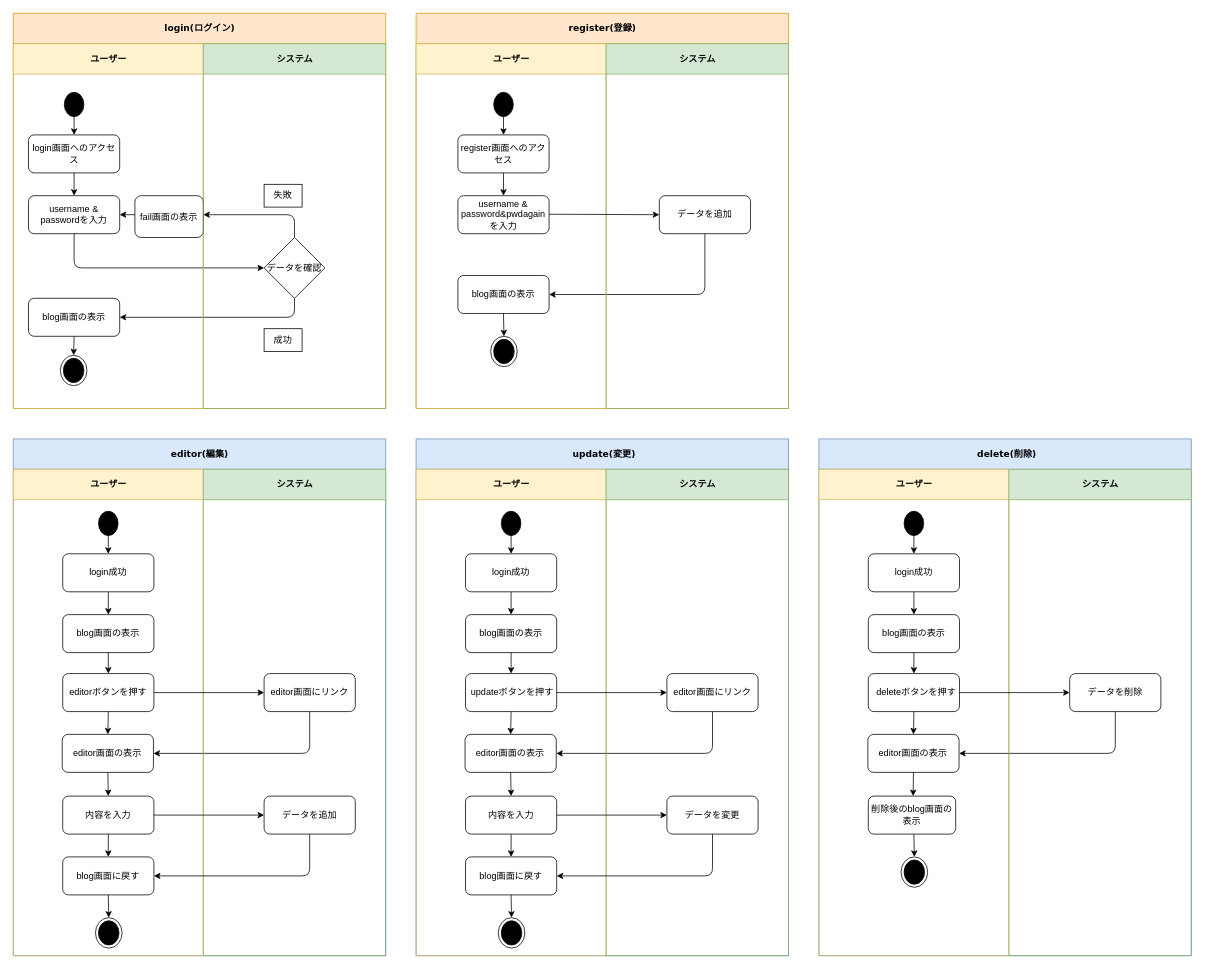
liutianqiltq/liutianqiblog keeps this draw.io diagram as page "Page-1" (1 of 2) of activity.drawio. Above is the earlier version. Source tidied: cells renumbered, new cells numbered last; positions are measured from the earlier drawing's top-left corner, leaving out a move shared by most shapes. Both pictures are drawn from the tidied source at 76%, with x=0, y=0 at pixel (13, 13).
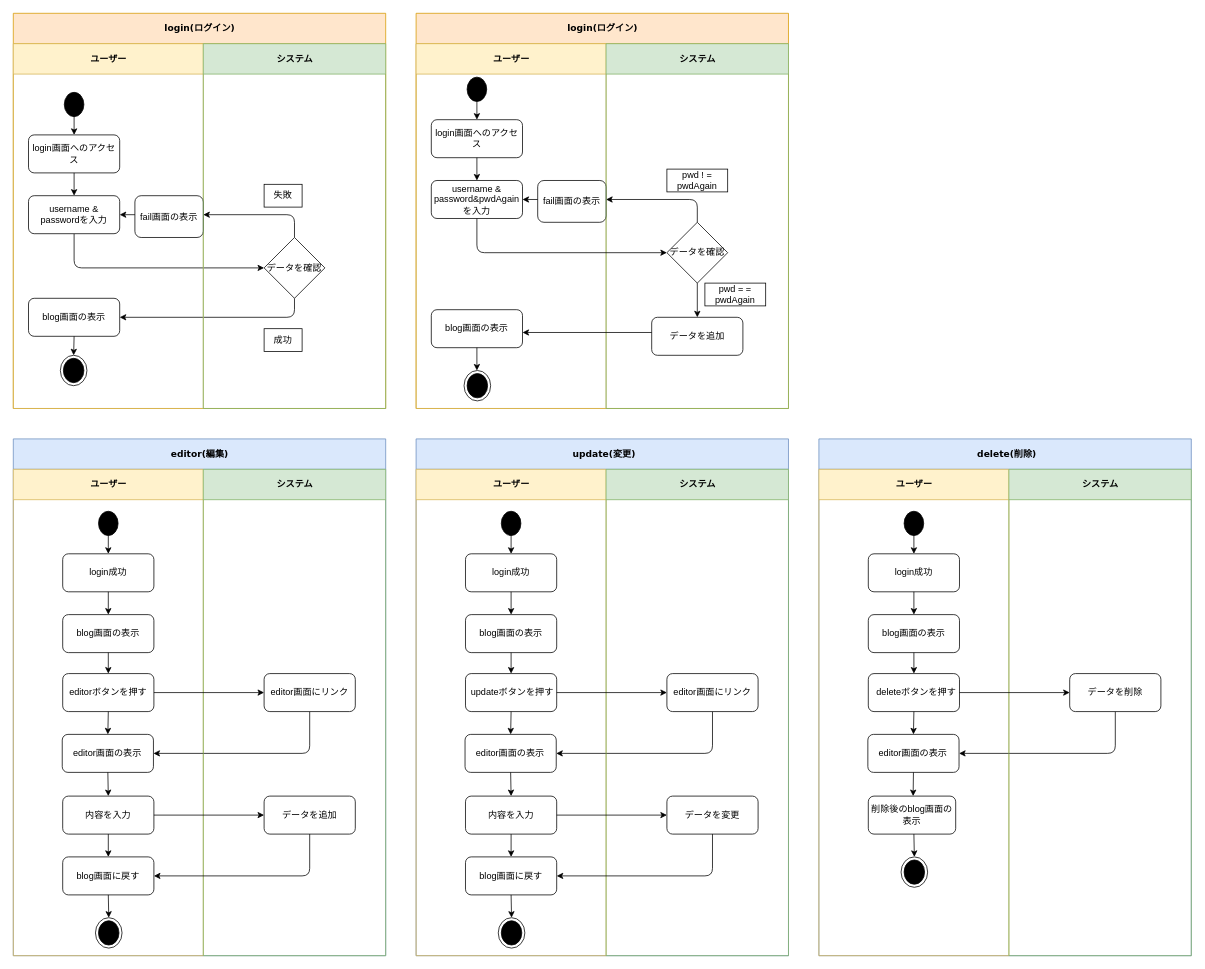
The same page after the edit.

What changed in the source:
```diff
@@
-    <mxCell id="21" value="register(登録)" style="swimlane;html=1;startSize=40;rounded=0;shadow=0;comic=0;labelBackgroundColor=none;strokeWidth=1;fontFamily=Verdana;fontSize=12;align=center;fillColor=#ffe6cc;strokeColor=#d79b00;" parent="1" vertex="1">
-      <mxGeometry x="530" width="490" height="520" as="geometry" />
-    </mxCell>
-    <mxCell id="22" style="endArrow=classic;html=1;rounded=1;sketch=0;strokeColor=#000000;curved=0;exitX=0.5;exitY=1;exitDx=0;exitDy=0;entryX=1;entryY=0.5;entryDx=0;entryDy=0;" parent="21" edge="1" source="34" target="29">
-      <mxGeometry relative="1" as="geometry">
-        <Array as="points">
-          <mxPoint x="380" y="370" />
-        </Array>
-      </mxGeometry>
-    </mxCell>
-    <mxCell id="23" value="ユーザー" style="swimlane;html=1;startSize=40;fillColor=#fff2cc;strokeColor=#d6b656;" parent="21" vertex="1">
-      <mxGeometry y="40" width="250" height="480" as="geometry" />
-    </mxCell>
-    <mxCell id="24" value="register画面へのアクセス" style="rounded=1;whiteSpace=wrap;html=1;sketch=0;" parent="23" vertex="1">
-      <mxGeometry x="55" y="120" width="120" height="50" as="geometry" />
-    </mxCell>
-    <mxCell id="25" style="ellipse;html=1;shape=startState;fillColor=#000000;strokeColor=#000000;rounded=0;sketch=0;" parent="23" vertex="1">
-      <mxGeometry x="98.1" y="60" width="33.8" height="40" as="geometry" />
-    </mxCell>
-    <mxCell id="26" style="endArrow=classic;html=1;rounded=1;sketch=0;strokeColor=#000000;curved=0;" parent="23" edge="1">
-      <mxGeometry relative="1" as="geometry">
-        <mxPoint x="115" y="90" as="sourcePoint" />
-        <mxPoint x="115" y="120" as="targetPoint" />
-      </mxGeometry>
-    </mxCell>
-    <mxCell id="27" style="endArrow=classic;html=1;rounded=1;sketch=0;strokeColor=#000000;curved=0;exitX=0.5;exitY=1;exitDx=0;exitDy=0;" parent="23" edge="1" source="24">
-      <mxGeometry relative="1" as="geometry">
-        <mxPoint x="115" y="200" as="targetPoint" />
-      </mxGeometry>
-    </mxCell>
-    <mxCell id="28" value="username &amp;amp; password&amp;amp;pwdagainを入力" style="rounded=1;whiteSpace=wrap;html=1;sketch=0;" parent="23" vertex="1">
-      <mxGeometry x="55" y="200" width="120" height="50" as="geometry" />
-    </mxCell>
-    <mxCell id="29" value="blog画面の表示" style="rounded=1;whiteSpace=wrap;html=1;sketch=0;" parent="23" vertex="1">
-      <mxGeometry x="55" y="305" width="120" height="50" as="geometry" />
-    </mxCell>
-    <mxCell id="30" style="ellipse;html=1;shape=endState;fillColor=#000000;strokeColor=#000000;rounded=0;sketch=0;" parent="23" vertex="1">
-      <mxGeometry x="98.1" y="385" width="35" height="40" as="geometry" />
-    </mxCell>
-    <mxCell id="31" style="endArrow=classic;html=1;rounded=1;sketch=0;strokeColor=#000000;curved=0;exitX=0.5;exitY=1;exitDx=0;exitDy=0;entryX=0.5;entryY=0;entryDx=0;entryDy=0;" parent="23" edge="1" source="29" target="30">
-      <mxGeometry relative="1" as="geometry" />
-    </mxCell>
-    <mxCell id="32" value="システム" style="swimlane;html=1;startSize=40;fillColor=#d5e8d4;strokeColor=#82b366;" parent="21" vertex="1">
-      <mxGeometry x="250" y="40" width="240" height="480" as="geometry" />
-    </mxCell>
-    <mxCell id="33" style="endArrow=classic;html=1;rounded=1;sketch=0;strokeColor=#000000;curved=0;entryX=0;entryY=0.5;entryDx=0;entryDy=0;" parent="32" edge="1" target="34">
-      <mxGeometry relative="1" as="geometry">
-        <mxPoint x="-75" y="224.4" as="sourcePoint" />
-      </mxGeometry>
-    </mxCell>
-    <mxCell id="34" value="データを追加" style="rounded=1;whiteSpace=wrap;html=1;sketch=0;" parent="32" vertex="1">
-      <mxGeometry x="70" y="200" width="120" height="50" as="geometry" />
-    </mxCell>
@@
+    <mxCell id="102" value="login(ログイン)" style="swimlane;html=1;startSize=40;rounded=0;shadow=0;comic=0;labelBackgroundColor=none;strokeWidth=1;fontFamily=Verdana;fontSize=12;align=center;fillColor=#ffe6cc;strokeColor=#d79b00;" parent="1" vertex="1">
+      <mxGeometry x="530" width="490" height="520" as="geometry" />
+    </mxCell>
+    <mxCell id="23" value="ユーザー" style="swimlane;html=1;startSize=40;fillColor=#fff2cc;strokeColor=#d6b656;" parent="102" vertex="1">
+      <mxGeometry y="40" width="250" height="480" as="geometry" />
+    </mxCell>
+    <mxCell id="103" value="login画面へのアクセス" style="rounded=1;whiteSpace=wrap;html=1;sketch=0;" parent="23" vertex="1">
+      <mxGeometry x="20" y="100" width="120" height="50" as="geometry" />
+    </mxCell>
+    <mxCell id="104" style="ellipse;html=1;shape=startState;fillColor=#000000;strokeColor=#000000;rounded=0;sketch=0;" parent="23" vertex="1">
+      <mxGeometry x="63.1" y="40" width="33.8" height="40" as="geometry" />
+    </mxCell>
+    <mxCell id="105" style="endArrow=classic;html=1;rounded=1;sketch=0;strokeColor=#000000;curved=0;" parent="23" edge="1">
+      <mxGeometry relative="1" as="geometry">
+        <mxPoint x="80" y="70" as="sourcePoint" />
+        <mxPoint x="80" y="100" as="targetPoint" />
+      </mxGeometry>
+    </mxCell>
+    <mxCell id="106" style="endArrow=classic;html=1;rounded=1;sketch=0;strokeColor=#000000;curved=0;exitX=0.5;exitY=1;exitDx=0;exitDy=0;" parent="23" edge="1" source="103">
+      <mxGeometry relative="1" as="geometry">
+        <mxPoint x="80" y="180" as="targetPoint" />
+      </mxGeometry>
+    </mxCell>
+    <mxCell id="107" value="username &amp;amp; password&amp;amp;pwdAgainを入力" style="rounded=1;whiteSpace=wrap;html=1;sketch=0;" parent="23" vertex="1">
+      <mxGeometry x="20" y="180" width="120" height="50" as="geometry" />
+    </mxCell>
+    <mxCell id="108" value="fail画面の表示" style="rounded=1;whiteSpace=wrap;html=1;sketch=0;" parent="23" vertex="1">
+      <mxGeometry x="160" y="180" width="90" height="55" as="geometry" />
+    </mxCell>
+    <mxCell id="109" style="endArrow=classic;html=1;rounded=1;sketch=0;strokeColor=#000000;curved=0;" parent="23" edge="1" target="107">
+      <mxGeometry relative="1" as="geometry">
+        <mxPoint x="160" y="205" as="sourcePoint" />
+      </mxGeometry>
+    </mxCell>
+    <mxCell id="29" value="blog画面の表示" style="rounded=1;whiteSpace=wrap;html=1;sketch=0;" parent="23" vertex="1">
+      <mxGeometry x="20" y="350" width="120" height="50" as="geometry" />
+    </mxCell>
+    <mxCell id="110" style="ellipse;html=1;shape=endState;fillColor=#000000;strokeColor=#000000;rounded=0;sketch=0;" parent="23" vertex="1">
+      <mxGeometry x="63.1" y="430" width="35" height="40" as="geometry" />
+    </mxCell>
+    <mxCell id="32" value="システム" style="swimlane;html=1;startSize=40;fillColor=#d5e8d4;strokeColor=#82b366;" parent="102" vertex="1">
+      <mxGeometry x="250" y="40" width="240" height="480" as="geometry" />
+    </mxCell>
+    <mxCell id="111" value="データを確認" style="rhombus;whiteSpace=wrap;html=1;rounded=0;sketch=0;strokeColor=#000000;" parent="32" vertex="1">
+      <mxGeometry x="80" y="235" width="80" height="80" as="geometry" />
+    </mxCell>
+    <mxCell id="112" value="pwd ! = pwdAgain" style="rounded=0;whiteSpace=wrap;html=1;sketch=0;strokeColor=#000000;" parent="32" vertex="1">
+      <mxGeometry x="80" y="165" width="80" height="30" as="geometry" />
+    </mxCell>
+    <mxCell id="113" value="pwd = = pwdAgain" style="rounded=0;whiteSpace=wrap;html=1;sketch=0;strokeColor=#000000;" parent="32" vertex="1">
+      <mxGeometry x="130" y="315" width="80" height="30" as="geometry" />
+    </mxCell>
+    <mxCell id="34" value="データを追加" style="rounded=1;whiteSpace=wrap;html=1;sketch=0;" parent="32" vertex="1">
+      <mxGeometry x="60" y="360" width="120" height="50" as="geometry" />
+    </mxCell>
+    <mxCell id="114" style="endArrow=classic;html=1;rounded=1;sketch=0;strokeColor=#000000;curved=0;exitX=0.5;exitY=1;exitDx=0;exitDy=0;entryX=0;entryY=0.5;entryDx=0;entryDy=0;" parent="102" edge="1" source="107" target="111">
+      <mxGeometry relative="1" as="geometry">
+        <Array as="points">
+          <mxPoint x="80" y="315" />
+        </Array>
+      </mxGeometry>
+    </mxCell>
+    <mxCell id="115" style="endArrow=classic;html=1;rounded=1;sketch=0;strokeColor=#000000;curved=0;exitX=0.5;exitY=0;exitDx=0;exitDy=0;" parent="102" edge="1" source="111">
+      <mxGeometry relative="1" as="geometry">
+        <mxPoint x="250" y="245" as="targetPoint" />
+        <Array as="points">
+          <mxPoint x="370" y="245" />
+        </Array>
+      </mxGeometry>
+    </mxCell>
+    <mxCell id="116" style="endArrow=classic;html=1;rounded=0;" parent="102" edge="1">
+      <mxGeometry relative="1" as="geometry">
+        <mxPoint x="310" y="420" as="sourcePoint" />
+        <mxPoint x="140" y="420" as="targetPoint" />
+      </mxGeometry>
+    </mxCell>
+    <mxCell id="117" style="endArrow=classic;html=1;rounded=0;exitX=0.5;exitY=1;exitDx=0;exitDy=0;" parent="1" edge="1" source="111">
+      <mxGeometry relative="1" as="geometry">
+        <mxPoint x="900" y="400" as="targetPoint" />
+      </mxGeometry>
+    </mxCell>
+    <mxCell id="118" style="endArrow=classic;html=1;rounded=0;exitX=0.5;exitY=1;exitDx=0;exitDy=0;" parent="1" edge="1" source="29">
+      <mxGeometry relative="1" as="geometry">
+        <mxPoint x="610" y="470" as="targetPoint" />
+      </mxGeometry>
+    </mxCell>
```
